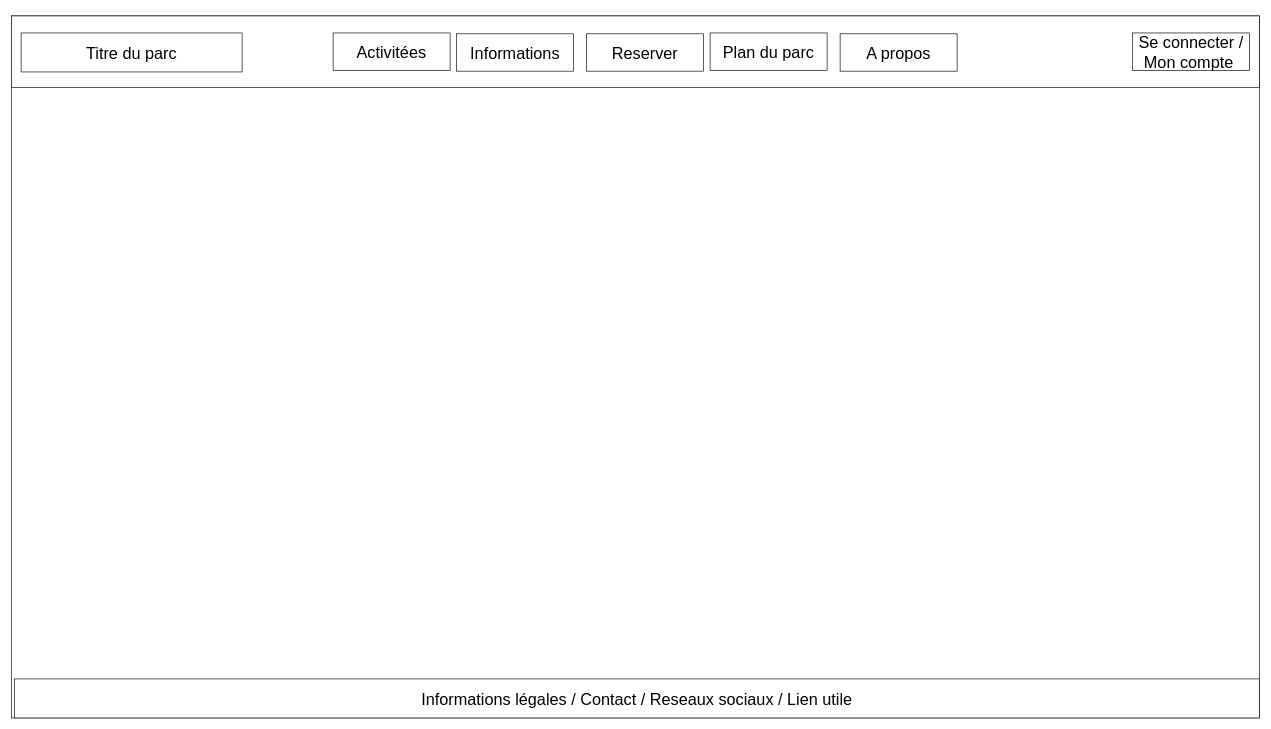
Earlier version of the draw.io diagram page "Mes réservations" (5 of 9) of doc/wireframe_desktop.drawio (SeguierJonathan/ZombieLand). Source tidied: cells renumbered, new cells numbered last; positions are measured from the earlier drawing's top-left corner, leaving out a move shared by most shapes. Both pictures are drawn from the tidied source at 65%, with x=0, y=0 at pixel (11, 16).
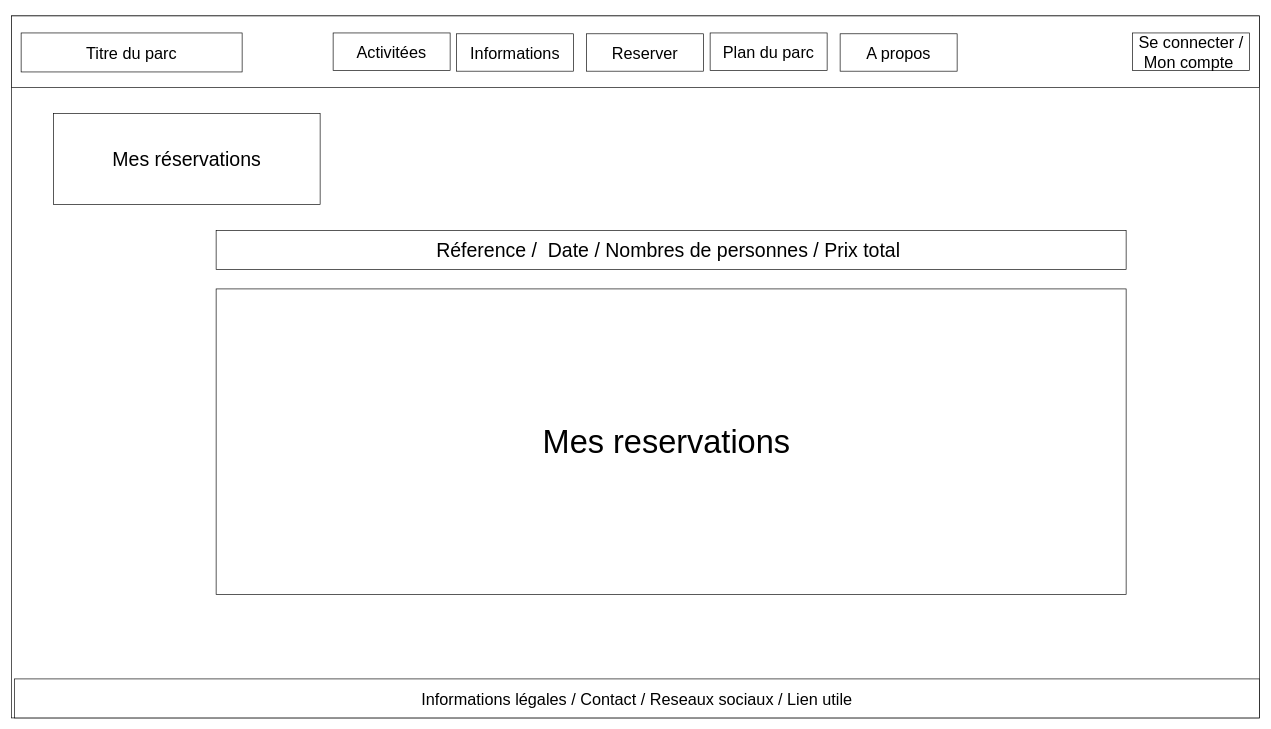
After the change.

The edit, as a diff of the source:
```diff
@@
 <mxGraphModel>
   <root>
     <mxCell id="0" />
     <mxCell id="1" parent="0" />
     <mxCell id="2" style="edgeStyle=none;html=1;" parent="1" edge="1" source="3">
       <mxGeometry relative="1" as="geometry">
         <mxPoint x="1145" y="335" as="targetPoint" />
       </mxGeometry>
     </mxCell>
     <mxCell id="3" style="whiteSpace=wrap;html=1;" parent="1" vertex="1">
       <mxGeometry width="1920" height="1080" as="geometry" />
     </mxCell>
     <mxCell id="4" style="rounded=0;whiteSpace=wrap;html=1;" parent="1" vertex="1">
       <mxGeometry width="1920" height="110" as="geometry" />
     </mxCell>
     <mxCell id="5" value="&lt;font style=&quot;font-size: 25px;&quot;&gt;Se connecter / Mon compte&amp;nbsp;&lt;/font&gt;" style="rounded=0;whiteSpace=wrap;html=1;fontSize=12;" parent="1" vertex="1">
       <mxGeometry x="1725" y="26.2" width="180" height="57.5" as="geometry" />
     </mxCell>
     <mxCell id="6" value="&lt;font style=&quot;font-size: 25px;&quot;&gt;A propos&lt;/font&gt;" style="rounded=0;whiteSpace=wrap;html=1;fontSize=12;" parent="1" vertex="1">
       <mxGeometry x="1275" y="27.5" width="180" height="57.5" as="geometry" />
     </mxCell>
     <mxCell id="7" value="&lt;font style=&quot;font-size: 25px;&quot;&gt;Reserver&lt;/font&gt;" style="rounded=0;whiteSpace=wrap;html=1;fontSize=12;" parent="1" vertex="1">
       <mxGeometry x="885" y="27.5" width="180" height="57.5" as="geometry" />
     </mxCell>
     <mxCell id="8" value="&lt;span style=&quot;font-size: 25px;&quot;&gt;Informations&lt;/span&gt;" style="rounded=0;whiteSpace=wrap;html=1;fontSize=12;" parent="1" vertex="1">
       <mxGeometry x="685" y="27.5" width="180" height="57.5" as="geometry" />
     </mxCell>
     <mxCell id="9" value="&lt;font style=&quot;font-size: 25px;&quot;&gt;Activitées&lt;/font&gt;" style="rounded=0;whiteSpace=wrap;html=1;fontSize=12;" parent="1" vertex="1">
       <mxGeometry x="495" y="26.2" width="180" height="57.5" as="geometry" />
     </mxCell>
     <mxCell id="10" value="&lt;font style=&quot;font-size: 25px;&quot;&gt;Titre du parc&lt;/font&gt;" style="rounded=0;whiteSpace=wrap;html=1;" parent="1" vertex="1">
       <mxGeometry x="15" y="26.2" width="340" height="60" as="geometry" />
     </mxCell>
     <mxCell id="11" value="&lt;span style=&quot;color: rgb(0, 0, 0);&quot;&gt;&lt;font style=&quot;font-size: 25px;&quot;&gt;Informations légales / Contact / Reseaux sociaux / Lien utile&lt;/font&gt;&lt;/span&gt;" style="rounded=0;whiteSpace=wrap;html=1;" parent="1" vertex="1">
       <mxGeometry x="5" y="1020" width="1915" height="60" as="geometry" />
     </mxCell>
     <mxCell id="12" value="&lt;span style=&quot;font-size: 25px;&quot;&gt;Plan du parc&lt;/span&gt;" style="rounded=0;whiteSpace=wrap;html=1;fontSize=12;" parent="1" vertex="1">
       <mxGeometry x="1075" y="26.2" width="180" height="57.5" as="geometry" />
     </mxCell>
+    <mxCell id="13" value="&lt;font style=&quot;font-size: 30px;&quot;&gt;Mes réservations&lt;/font&gt;" style="rounded=0;whiteSpace=wrap;html=1;" parent="1" vertex="1">
+      <mxGeometry x="65" y="150" width="410" height="140" as="geometry" />
+    </mxCell>
+    <mxCell id="14" value="&lt;font style=&quot;font-size: 30px;&quot;&gt;Réference /&amp;nbsp; Date / Nombres de personnes / Prix total&amp;nbsp;&lt;/font&gt;" style="rounded=0;whiteSpace=wrap;html=1;" parent="1" vertex="1">
+      <mxGeometry x="315" y="330" width="1400" height="60" as="geometry" />
+    </mxCell>
+    <mxCell id="15" value="&lt;font style=&quot;font-size: 50px;&quot;&gt;Mes reservations&amp;nbsp;&lt;/font&gt;" style="rounded=0;whiteSpace=wrap;html=1;" parent="1" vertex="1">
+      <mxGeometry x="315" y="420" width="1400" height="470" as="geometry" />
+    </mxCell>
   </root>
 </mxGraphModel>
```
